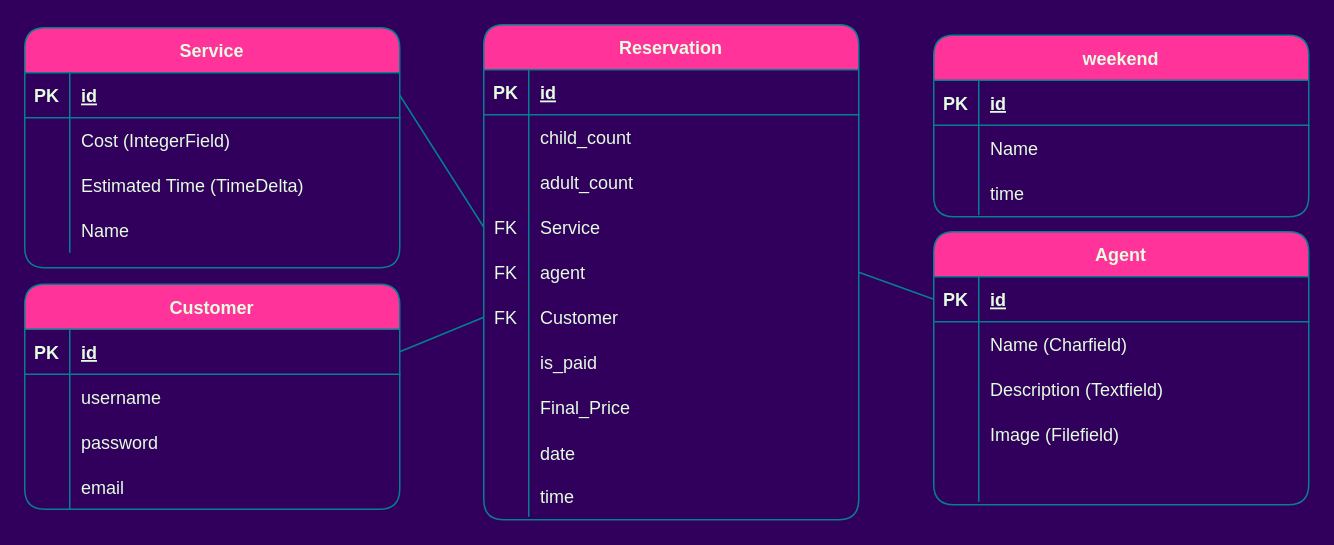
Earlier version of the draw.io diagram Untitled Diagram.drawio (AlirezaDelkhahi/Salon). Source tidied: cells renumbered, new cells numbered last; positions are measured from the earlier drawing's top-left corner, leaving out a move shared by most shapes. Both pictures are drawn from the tidied source at 150%, with x=0, y=0 at pixel (24, 24).
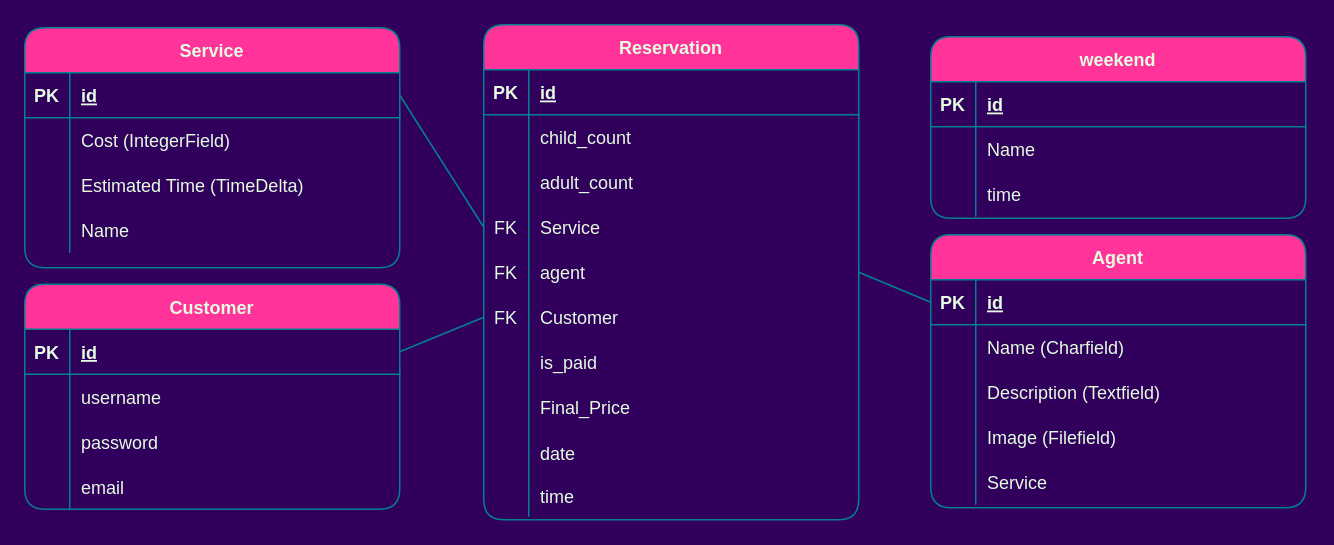
Above is the later version.

The change refers to these unchanged cells:
```xml
<mxCell id="28" style="shape=partialRectangle;fillColor=none;top=0;left=0;right=0;bottom=0;strokeColor=#028090;fontColor=#E4FDE1;rounded=1;" parent="15" vertex="1">
  <mxGeometry y="150" width="250" height="30" as="geometry" />
</mxCell>
```

The edit, as a diff of the source:
```diff
@@
     <mxCell id="15" value="Agent" style="shape=table;startSize=30;childLayout=tableLayout;rowLines=0;fontStyle=1;align=center;fillColor=#FF3399;strokeColor=#028090;fontColor=#E4FDE1;rounded=1;" parent="1" vertex="1">
-      <mxGeometry x="606" y="138" width="250" height="182" as="geometry" />
+      <mxGeometry x="604" y="140" width="250" height="182" as="geometry" />
     </mxCell>
@@
-    <mxCell id="30" style="shape=partialRectangle;overflow=hidden;fillColor=none;top=0;left=0;bottom=0;right=0;align=left;spacingLeft=6;strokeColor=#028090;fontColor=#E4FDE1;rounded=1;" parent="28" vertex="1">
+    <mxCell id="30" value="Service" style="shape=partialRectangle;overflow=hidden;fillColor=none;top=0;left=0;bottom=0;right=0;align=left;spacingLeft=6;strokeColor=#028090;fontColor=#E4FDE1;rounded=1;" parent="28" vertex="1">
       <mxGeometry x="30" width="220" height="30" as="geometry" />
     </mxCell>
@@
     <mxCell id="44" value="weekend" style="shape=table;startSize=30;childLayout=tableLayout;rowLines=0;fontStyle=1;align=center;fillColor=#FF3399;strokeColor=#028090;fontColor=#E4FDE1;rounded=1;" parent="1" vertex="1">
-      <mxGeometry x="606" y="7" width="250" height="121" as="geometry" />
+      <mxGeometry x="604" y="8" width="250" height="121" as="geometry" />
     </mxCell>
```
